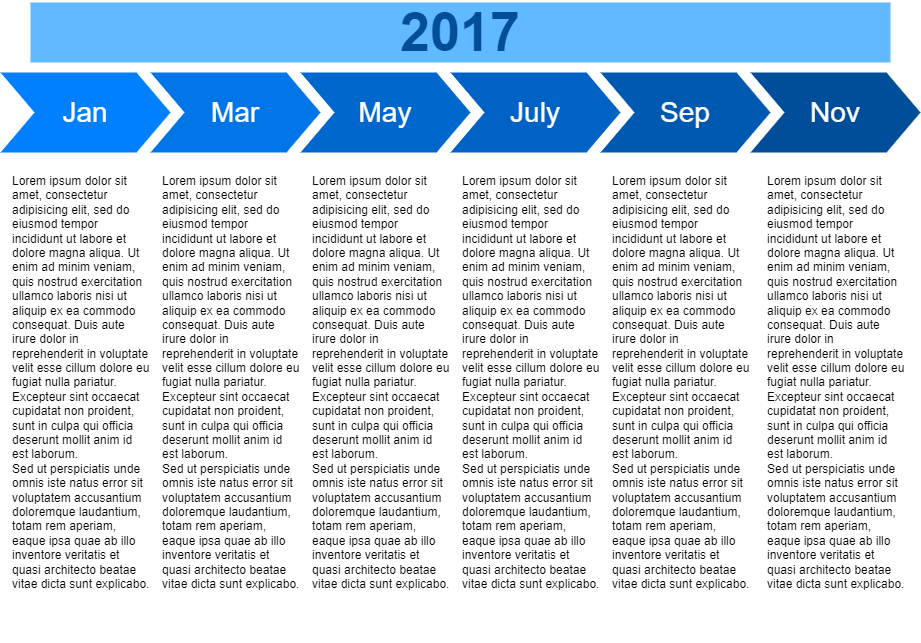
Above: Untitled Diagram.drawio.png in ShortPupil/VPicture (draw.io), before the change. Source tidied: cells renumbered, new cells last; positions are measured from the earlier drawing's top-left corner, leaving out a move shared by most shapes. Its diagram source:
```xml
<mxGraphModel>
  <root>
    <mxCell id="0" />
    <mxCell id="1" parent="0" />
    <mxCell id="2" value="Jan" style="shape=step;whiteSpace=wrap;html=1;fontSize=28;fillColor=#0080FF;fontColor=#FFFFFF;strokeColor=none;" parent="1" vertex="1">
      <mxGeometry y="70" width="170" height="80" as="geometry" />
    </mxCell>
    <mxCell id="3" value="Mar" style="shape=step;whiteSpace=wrap;html=1;fontSize=28;fillColor=#0075E8;fontColor=#FFFFFF;strokeColor=none;" parent="1" vertex="1">
      <mxGeometry x="150" y="70" width="170" height="80" as="geometry" />
    </mxCell>
    <mxCell id="4" value="May" style="shape=step;whiteSpace=wrap;html=1;fontSize=28;fillColor=#0067CC;fontColor=#FFFFFF;strokeColor=none;" parent="1" vertex="1">
      <mxGeometry x="300" y="70" width="170" height="80" as="geometry" />
    </mxCell>
    <mxCell id="5" value="July" style="shape=step;whiteSpace=wrap;html=1;fontSize=28;fillColor=#0062C4;fontColor=#FFFFFF;strokeColor=none;" parent="1" vertex="1">
      <mxGeometry x="450" y="70" width="170" height="80" as="geometry" />
    </mxCell>
    <mxCell id="6" value="Sep" style="shape=step;whiteSpace=wrap;html=1;fontSize=28;fillColor=#0059B0;fontColor=#FFFFFF;strokeColor=none;" parent="1" vertex="1">
      <mxGeometry x="600" y="70" width="170" height="80" as="geometry" />
    </mxCell>
    <mxCell id="7" value="Nov" style="shape=step;whiteSpace=wrap;html=1;fontSize=28;fillColor=#004D99;fontColor=#FFFFFF;strokeColor=none;" parent="1" vertex="1">
      <mxGeometry x="750" y="70" width="170" height="80" as="geometry" />
    </mxCell>
    <mxCell id="8" value="2017" style="text;html=1;strokeColor=none;fillColor=#61BAFF;align=center;verticalAlign=middle;whiteSpace=wrap;fontSize=54;fontStyle=1;fontColor=#004D99;" parent="1" vertex="1">
      <mxGeometry x="30" width="860" height="60" as="geometry" />
    </mxCell>
    <mxCell id="9" value="Lorem ipsum dolor sit amet, consectetur adipisicing elit, sed do eiusmod tempor incididunt ut labore et dolore magna aliqua. Ut enim ad minim veniam, quis nostrud exercitation ullamco laboris nisi ut aliquip ex ea commodo consequat. Duis aute irure dolor in reprehenderit in voluptate velit esse cillum dolore eu fugiat nulla pariatur. Excepteur sint occaecat cupidatat non proident, sunt in culpa qui officia deserunt mollit anim id est laborum.&lt;br&gt;Sed ut perspiciatis unde omnis iste natus error sit voluptatem accusantium doloremque laudantium, totam rem aperiam, eaque ipsa quae ab illo inventore veritatis et quasi architecto beatae vitae dicta sunt explicabo." style="text;spacingTop=-5;fillColor=#ffffff;whiteSpace=wrap;html=1;align=left;fontSize=12;fontFamily=Helvetica;fillColor=none;strokeColor=none;" parent="1" vertex="1">
      <mxGeometry x="10" y="170" width="140" height="470" as="geometry" />
    </mxCell>
    <mxCell id="10" value="Lorem ipsum dolor sit amet, consectetur adipisicing elit, sed do eiusmod tempor incididunt ut labore et dolore magna aliqua. Ut enim ad minim veniam, quis nostrud exercitation ullamco laboris nisi ut aliquip ex ea commodo consequat. Duis aute irure dolor in reprehenderit in voluptate velit esse cillum dolore eu fugiat nulla pariatur. Excepteur sint occaecat cupidatat non proident, sunt in culpa qui officia deserunt mollit anim id est laborum.&lt;br&gt;Sed ut perspiciatis unde omnis iste natus error sit voluptatem accusantium doloremque laudantium, totam rem aperiam, eaque ipsa quae ab illo inventore veritatis et quasi architecto beatae vitae dicta sunt explicabo." style="text;spacingTop=-5;fillColor=#ffffff;whiteSpace=wrap;html=1;align=left;fontSize=12;fontFamily=Helvetica;fillColor=none;strokeColor=none;" parent="1" vertex="1">
      <mxGeometry x="160" y="170" width="140" height="470" as="geometry" />
    </mxCell>
    <mxCell id="11" value="Lorem ipsum dolor sit amet, consectetur adipisicing elit, sed do eiusmod tempor incididunt ut labore et dolore magna aliqua. Ut enim ad minim veniam, quis nostrud exercitation ullamco laboris nisi ut aliquip ex ea commodo consequat. Duis aute irure dolor in reprehenderit in voluptate velit esse cillum dolore eu fugiat nulla pariatur. Excepteur sint occaecat cupidatat non proident, sunt in culpa qui officia deserunt mollit anim id est laborum.&lt;br&gt;Sed ut perspiciatis unde omnis iste natus error sit voluptatem accusantium doloremque laudantium, totam rem aperiam, eaque ipsa quae ab illo inventore veritatis et quasi architecto beatae vitae dicta sunt explicabo." style="text;spacingTop=-5;fillColor=#ffffff;whiteSpace=wrap;html=1;align=left;fontSize=12;fontFamily=Helvetica;fillColor=none;strokeColor=none;" parent="1" vertex="1">
      <mxGeometry x="310" y="170" width="140" height="470" as="geometry" />
    </mxCell>
    <mxCell id="12" value="Lorem ipsum dolor sit amet, consectetur adipisicing elit, sed do eiusmod tempor incididunt ut labore et dolore magna aliqua. Ut enim ad minim veniam, quis nostrud exercitation ullamco laboris nisi ut aliquip ex ea commodo consequat. Duis aute irure dolor in reprehenderit in voluptate velit esse cillum dolore eu fugiat nulla pariatur. Excepteur sint occaecat cupidatat non proident, sunt in culpa qui officia deserunt mollit anim id est laborum.&lt;br&gt;Sed ut perspiciatis unde omnis iste natus error sit voluptatem accusantium doloremque laudantium, totam rem aperiam, eaque ipsa quae ab illo inventore veritatis et quasi architecto beatae vitae dicta sunt explicabo." style="text;spacingTop=-5;fillColor=#ffffff;whiteSpace=wrap;html=1;align=left;fontSize=12;fontFamily=Helvetica;fillColor=none;strokeColor=none;" parent="1" vertex="1">
      <mxGeometry x="460" y="170" width="140" height="470" as="geometry" />
    </mxCell>
    <mxCell id="13" value="Lorem ipsum dolor sit amet, consectetur adipisicing elit, sed do eiusmod tempor incididunt ut labore et dolore magna aliqua. Ut enim ad minim veniam, quis nostrud exercitation ullamco laboris nisi ut aliquip ex ea commodo consequat. Duis aute irure dolor in reprehenderit in voluptate velit esse cillum dolore eu fugiat nulla pariatur. Excepteur sint occaecat cupidatat non proident, sunt in culpa qui officia deserunt mollit anim id est laborum.&lt;br&gt;Sed ut perspiciatis unde omnis iste natus error sit voluptatem accusantium doloremque laudantium, totam rem aperiam, eaque ipsa quae ab illo inventore veritatis et quasi architecto beatae vitae dicta sunt explicabo." style="text;spacingTop=-5;fillColor=#ffffff;whiteSpace=wrap;html=1;align=left;fontSize=12;fontFamily=Helvetica;fillColor=none;strokeColor=none;" parent="1" vertex="1">
      <mxGeometry x="610" y="170" width="140" height="470" as="geometry" />
    </mxCell>
    <mxCell id="14" value="Lorem ipsum dolor sit amet, consectetur adipisicing elit, sed do eiusmod tempor incididunt ut labore et dolore magna aliqua. Ut enim ad minim veniam, quis nostrud exercitation ullamco laboris nisi ut aliquip ex ea commodo consequat. Duis aute irure dolor in reprehenderit in voluptate velit esse cillum dolore eu fugiat nulla pariatur. Excepteur sint occaecat cupidatat non proident, sunt in culpa qui officia deserunt mollit anim id est laborum.&lt;br&gt;Sed ut perspiciatis unde omnis iste natus error sit voluptatem accusantium doloremque laudantium, totam rem aperiam, eaque ipsa quae ab illo inventore veritatis et quasi architecto beatae vitae dicta sunt explicabo." style="text;spacingTop=-5;fillColor=#ffffff;whiteSpace=wrap;html=1;align=left;fontSize=12;fontFamily=Helvetica;fillColor=none;strokeColor=none;" parent="1" vertex="1">
      <mxGeometry x="765" y="170" width="140" height="470" as="geometry" />
    </mxCell>
  </root>
</mxGraphModel>
```
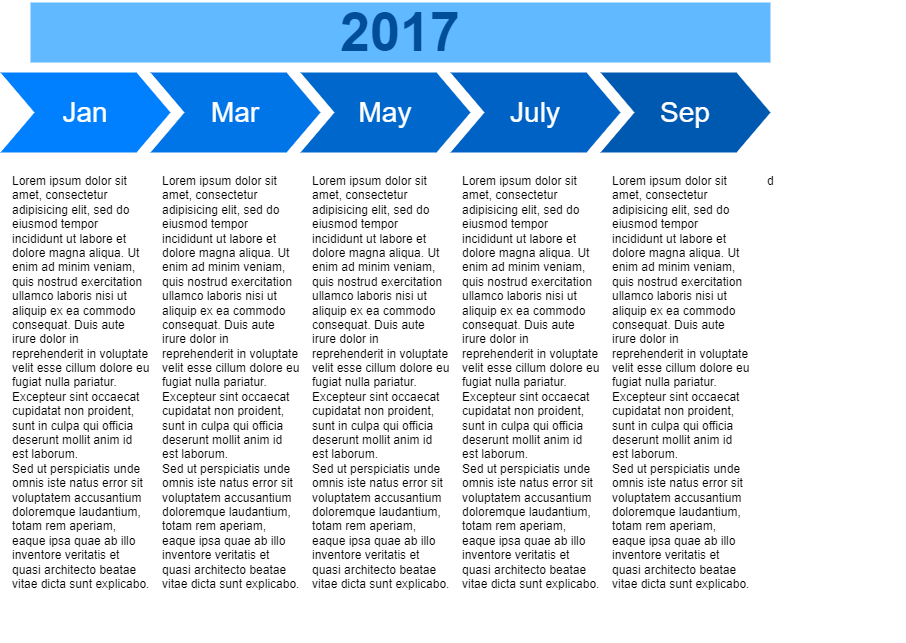
Later version of the same file.

The edit, as a diff of the source:
```diff
@@ -17,11 +17,8 @@
     <mxCell id="6" value="Sep" style="shape=step;whiteSpace=wrap;html=1;fontSize=28;fillColor=#0059B0;fontColor=#FFFFFF;strokeColor=none;" parent="1" vertex="1">
       <mxGeometry x="600" y="70" width="170" height="80" as="geometry" />
     </mxCell>
-    <mxCell id="7" value="Nov" style="shape=step;whiteSpace=wrap;html=1;fontSize=28;fillColor=#004D99;fontColor=#FFFFFF;strokeColor=none;" parent="1" vertex="1">
-      <mxGeometry x="750" y="70" width="170" height="80" as="geometry" />
-    </mxCell>
     <mxCell id="8" value="2017" style="text;html=1;strokeColor=none;fillColor=#61BAFF;align=center;verticalAlign=middle;whiteSpace=wrap;fontSize=54;fontStyle=1;fontColor=#004D99;" parent="1" vertex="1">
-      <mxGeometry x="30" width="860" height="60" as="geometry" />
+      <mxGeometry x="30" width="740" height="60" as="geometry" />
     </mxCell>
     <mxCell id="9" value="Lorem ipsum dolor sit amet, consectetur adipisicing elit, sed do eiusmod tempor incididunt ut labore et dolore magna aliqua. Ut enim ad minim veniam, quis nostrud exercitation ullamco laboris nisi ut aliquip ex ea commodo consequat. Duis aute irure dolor in reprehenderit in voluptate velit esse cillum dolore eu fugiat nulla pariatur. Excepteur sint occaecat cupidatat non proident, sunt in culpa qui officia deserunt mollit anim id est laborum.&lt;br&gt;Sed ut perspiciatis unde omnis iste natus error sit voluptatem accusantium doloremque laudantium, totam rem aperiam, eaque ipsa quae ab illo inventore veritatis et quasi architecto beatae vitae dicta sunt explicabo." style="text;spacingTop=-5;fillColor=#ffffff;whiteSpace=wrap;html=1;align=left;fontSize=12;fontFamily=Helvetica;fillColor=none;strokeColor=none;" parent="1" vertex="1">
       <mxGeometry x="10" y="170" width="140" height="470" as="geometry" />
@@ -38,7 +35,7 @@
     <mxCell id="13" value="Lorem ipsum dolor sit amet, consectetur adipisicing elit, sed do eiusmod tempor incididunt ut labore et dolore magna aliqua. Ut enim ad minim veniam, quis nostrud exercitation ullamco laboris nisi ut aliquip ex ea commodo consequat. Duis aute irure dolor in reprehenderit in voluptate velit esse cillum dolore eu fugiat nulla pariatur. Excepteur sint occaecat cupidatat non proident, sunt in culpa qui officia deserunt mollit anim id est laborum.&lt;br&gt;Sed ut perspiciatis unde omnis iste natus error sit voluptatem accusantium doloremque laudantium, totam rem aperiam, eaque ipsa quae ab illo inventore veritatis et quasi architecto beatae vitae dicta sunt explicabo." style="text;spacingTop=-5;fillColor=#ffffff;whiteSpace=wrap;html=1;align=left;fontSize=12;fontFamily=Helvetica;fillColor=none;strokeColor=none;" parent="1" vertex="1">
       <mxGeometry x="610" y="170" width="140" height="470" as="geometry" />
     </mxCell>
-    <mxCell id="14" value="Lorem ipsum dolor sit amet, consectetur adipisicing elit, sed do eiusmod tempor incididunt ut labore et dolore magna aliqua. Ut enim ad minim veniam, quis nostrud exercitation ullamco laboris nisi ut aliquip ex ea commodo consequat. Duis aute irure dolor in reprehenderit in voluptate velit esse cillum dolore eu fugiat nulla pariatur. Excepteur sint occaecat cupidatat non proident, sunt in culpa qui officia deserunt mollit anim id est laborum.&lt;br&gt;Sed ut perspiciatis unde omnis iste natus error sit voluptatem accusantium doloremque laudantium, totam rem aperiam, eaque ipsa quae ab illo inventore veritatis et quasi architecto beatae vitae dicta sunt explicabo." style="text;spacingTop=-5;fillColor=#ffffff;whiteSpace=wrap;html=1;align=left;fontSize=12;fontFamily=Helvetica;fillColor=none;strokeColor=none;" parent="1" vertex="1">
+    <mxCell id="14" value="d" style="text;spacingTop=-5;fillColor=#ffffff;whiteSpace=wrap;html=1;align=left;fontSize=12;fontFamily=Helvetica;fillColor=none;strokeColor=none;" parent="1" vertex="1">
       <mxGeometry x="765" y="170" width="140" height="470" as="geometry" />
     </mxCell>
   </root>
```
